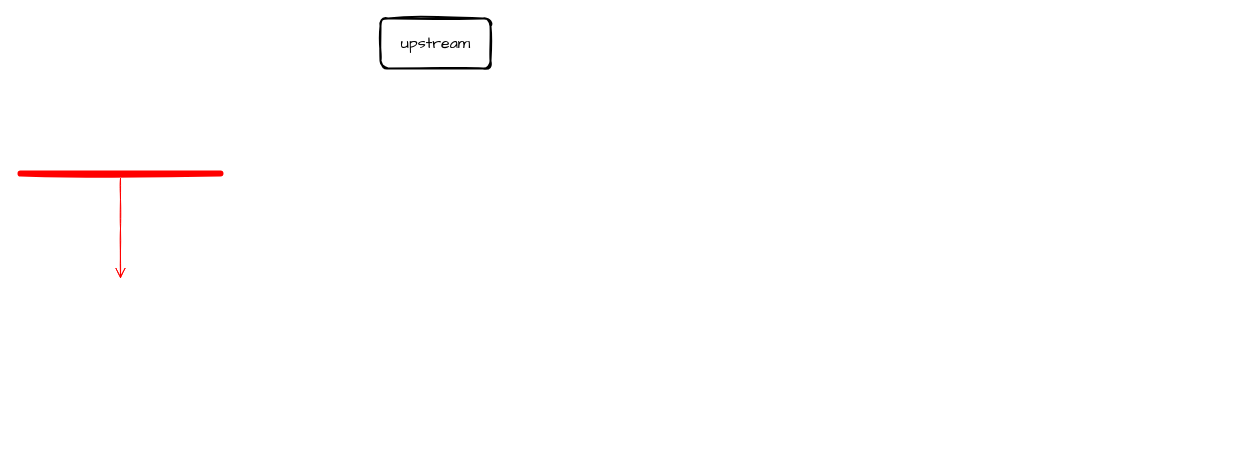
Above: page "pull request 时序图" (6 of 6) of Untitled Diagram.drawio in xiaobinqt/diagrmas (draw.io), before the change. Source tidied: cells renumbered, new cells numbered last; positions are measured from the earlier drawing's top-left corner, leaving out a move shared by most shapes. Both pictures are drawn from the tidied source at 100%, with x=0, y=0 at pixel (20, 18).
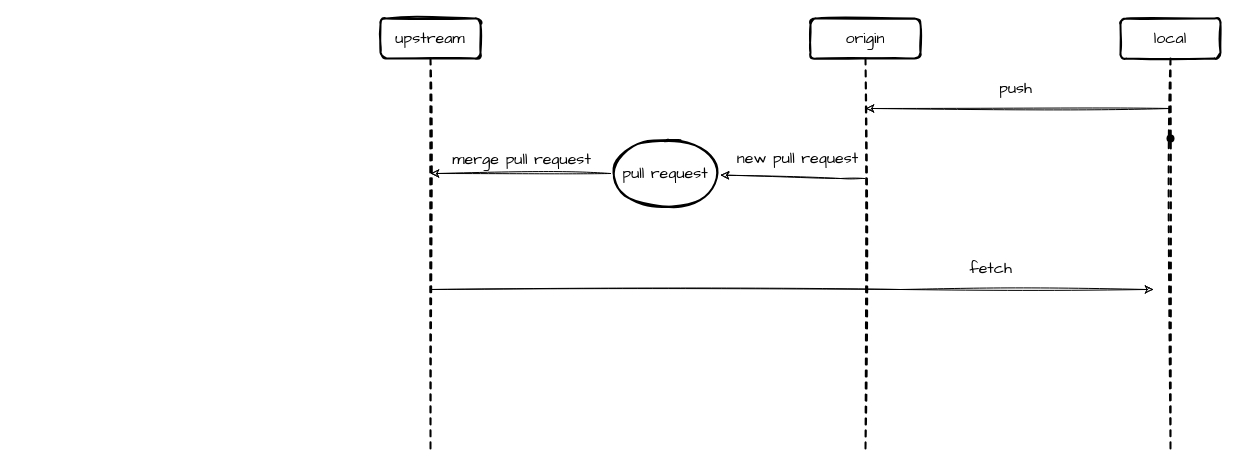
The same diagram, later.

What changed in the source:
```diff
@@
 <mxGraphModel>
   <root>
     <mxCell id="0" />
     <mxCell id="1" parent="0" />
+    <mxCell id="5" value="local" style="shape=umlLifeline;perimeter=lifelinePerimeter;whiteSpace=wrap;html=1;rounded=1;sketch=1;fontFamily=Comic Sans MS;fontSize=16;strokeWidth=2;" parent="1" vertex="1">
+      <mxGeometry x="1100" width="100" height="430" as="geometry" />
+    </mxCell>
+    <mxCell id="6" style="shape=waypoint;sketch=0;size=6;fillColor=none;perimeter=centerPerimeter;rounded=1;fontFamily=Comic Sans MS;fontSize=16;strokeWidth=2;" parent="5" vertex="1">
+      <mxGeometry x="30" y="100" width="40" height="40" as="geometry" />
+    </mxCell>
+    <mxCell id="7" style="edgeStyle=none;rounded=0;sketch=1;orthogonalLoop=1;jettySize=auto;html=1;fontFamily=Comic Sans MS;fontSize=16;" parent="1" edge="1">
+      <mxGeometry relative="1" as="geometry">
+        <mxPoint x="410" y="271" as="sourcePoint" />
+        <mxPoint x="1133" y="271" as="targetPoint" />
+        <Array as="points">
+          <mxPoint x="880" y="271" />
+        </Array>
+      </mxGeometry>
+    </mxCell>
-    <mxCell id="2" value="upstream" style="html=1;rounded=1;sketch=1;fontFamily=Comic Sans MS;fontSize=16;strokeWidth=2;" parent="1" vertex="1">
-      <mxGeometry x="360" width="110" height="50" as="geometry" />
+    <mxCell id="2" value="upstream" style="shape=umlLifeline;perimeter=lifelinePerimeter;whiteSpace=wrap;html=1;outlineConnect=0;rounded=1;sketch=1;fontFamily=Comic Sans MS;fontSize=16;strokeWidth=2;" parent="1" vertex="1">
+      <mxGeometry x="360" width="100" height="430" as="geometry" />
     </mxCell>
-    <mxCell id="3" style="shape=line;html=1;strokeWidth=6;strokeColor=#ff0000;rounded=1;sketch=1;fontFamily=Comic Sans MS;fontSize=16;" parent="1" vertex="1">
-      <mxGeometry y="150" width="200" height="10" as="geometry" />
-    </mxCell>
-    <mxCell id="4" style="edgeStyle=orthogonalEdgeStyle;html=1;verticalAlign=bottom;endArrow=open;endSize=8;strokeColor=#ff0000;rounded=0;sketch=1;fontFamily=Comic Sans MS;fontSize=16;" parent="1" edge="1" source="3">
-      <mxGeometry relative="1" as="geometry">
-        <mxPoint x="100" y="260" as="targetPoint" />
-      </mxGeometry>
-    </mxCell>
+    <mxCell id="8" style="edgeStyle=none;rounded=0;sketch=1;jettySize=auto;html=1;fontFamily=Comic Sans MS;fontSize=16;" parent="1" edge="1" source="9" target="12">
+      <mxGeometry relative="1" as="geometry">
+        <Array as="points">
+          <mxPoint x="820" y="160" />
+        </Array>
+      </mxGeometry>
+    </mxCell>
+    <mxCell id="9" value="origin" style="shape=umlLifeline;perimeter=lifelinePerimeter;whiteSpace=wrap;html=1;outlineConnect=0;rounded=1;sketch=1;fontFamily=Comic Sans MS;fontSize=16;strokeWidth=2;" parent="1" vertex="1">
+      <mxGeometry x="790" width="110" height="430" as="geometry" />
+    </mxCell>
+    <mxCell id="10" style="edgeStyle=none;rounded=0;sketch=1;jettySize=auto;html=1;fontFamily=Comic Sans MS;fontSize=16;" parent="1" edge="1" source="12" target="2">
+      <mxGeometry relative="1" as="geometry" />
+    </mxCell>
+    <mxCell id="11" value="merge pull request" style="edgeLabel;html=1;align=center;verticalAlign=middle;fontSize=16;fontFamily=Comic Sans MS;" parent="10" vertex="1">
+      <mxGeometry x="0.25" y="-3" relative="1" as="geometry">
+        <mxPoint x="23" y="-12" as="offset" />
+      </mxGeometry>
+    </mxCell>
+    <mxCell id="12" value="pull request" style="ellipse;whiteSpace=wrap;html=1;rounded=1;sketch=1;fontFamily=Comic Sans MS;fontSize=16;strokeWidth=2;" parent="1" vertex="1">
+      <mxGeometry x="590" y="120" width="110" height="70" as="geometry" />
+    </mxCell>
+    <mxCell id="13" style="edgeStyle=none;rounded=0;sketch=1;orthogonalLoop=1;jettySize=auto;html=1;fontFamily=Comic Sans MS;fontSize=16;" parent="1" edge="1">
+      <mxGeometry relative="1" as="geometry">
+        <mxPoint x="1150" y="90" as="sourcePoint" />
+        <mxPoint x="845" y="90" as="targetPoint" />
+      </mxGeometry>
+    </mxCell>
+    <mxCell id="14" value="push" style="text;html=1;align=center;verticalAlign=middle;strokeColor=none;fillColor=none;fontSize=16;fontFamily=Comic Sans MS;" parent="1" vertex="1">
+      <mxGeometry x="970" y="60" width="50" height="20" as="geometry" />
+    </mxCell>
+    <mxCell id="15" value="fetch" style="text;html=1;align=center;verticalAlign=middle;strokeColor=none;fillColor=none;fontSize=16;fontFamily=Comic Sans MS;" parent="1" vertex="1">
+      <mxGeometry x="940" y="240" width="60" height="20" as="geometry" />
+    </mxCell>
+    <mxCell id="16" value="new pull request" style="text;html=1;align=center;verticalAlign=middle;strokeColor=none;fillColor=none;fontSize=16;fontFamily=Comic Sans MS;" parent="1" vertex="1">
+      <mxGeometry x="707" y="130" width="140" height="20" as="geometry" />
+    </mxCell>
   </root>
 </mxGraphModel>
```
